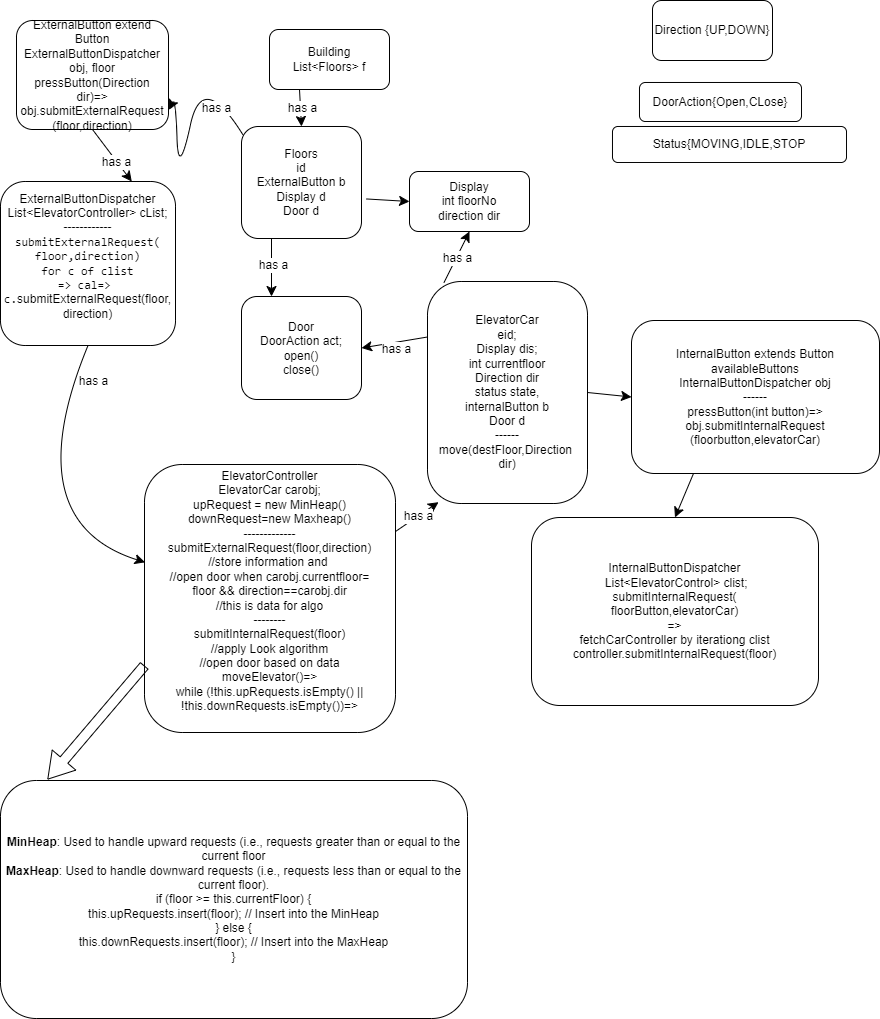
Before: DesignElevator.drawio.png, a diagram exported from draw.io (priya226/0-100dev). Source tidied: cells renumbered, new cells last; positions are measured from the earlier drawing's top-left corner, leaving out a move shared by most shapes.
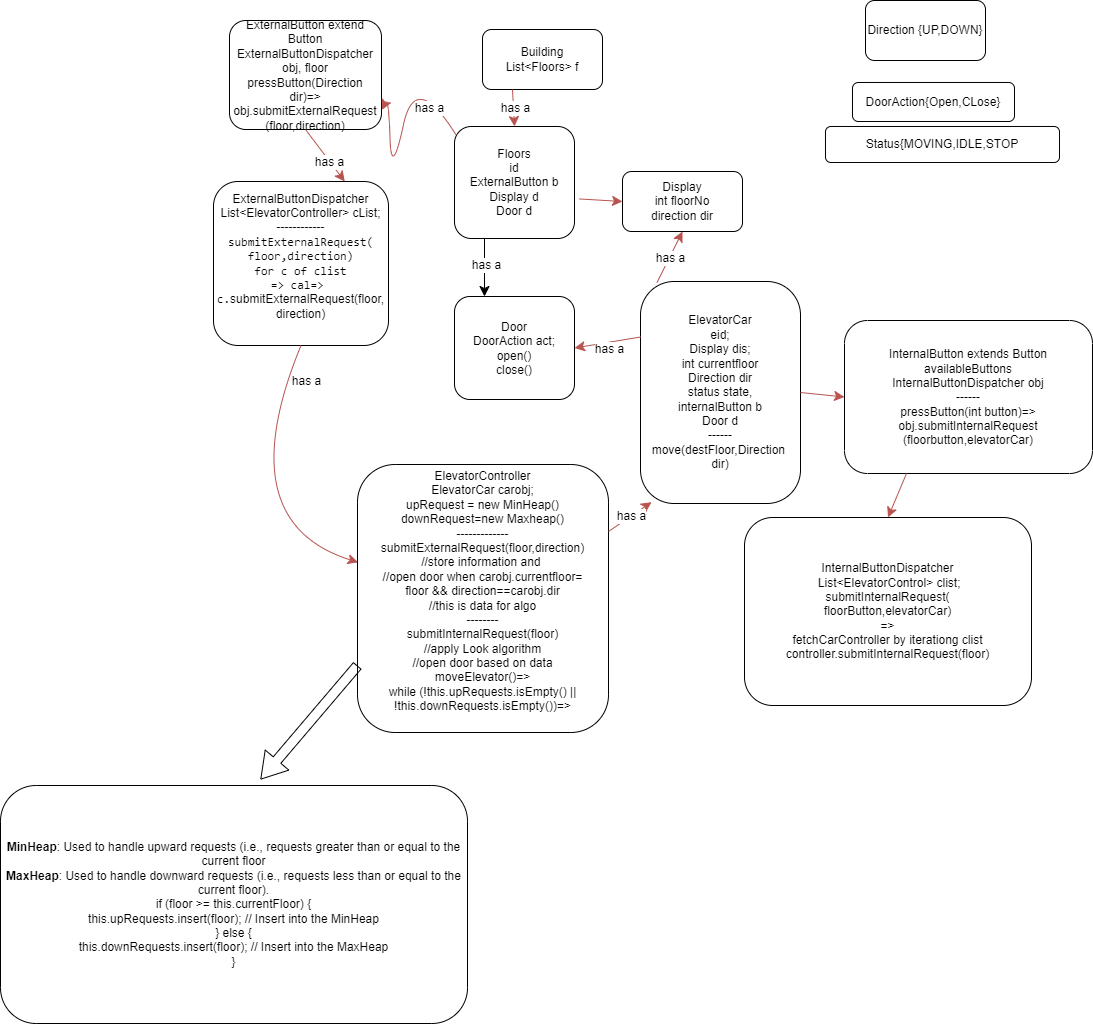
Later version of the same file.

What changed in the source:
```diff
@@ -26,7 +26,7 @@
     <mxCell id="9" value="ElevatorController&lt;div&gt;ElevatorCar carobj;&lt;/div&gt;&lt;div&gt;upRequest = new MinHeap()&lt;/div&gt;&lt;div&gt;downRequest=new Maxheap()&lt;/div&gt;&lt;div&gt;-------------&lt;/div&gt;&lt;div&gt;submitExternalRequest(floor,direction)&lt;br&gt;&lt;/div&gt;&lt;div&gt;//store information and&amp;nbsp;&lt;/div&gt;&lt;div&gt;//open door when carobj.currentfloor=&lt;/div&gt;&lt;div&gt;floor &amp;amp;&amp;amp; direction==carobj.dir&lt;/div&gt;&lt;div&gt;//this is data for algo&lt;/div&gt;&lt;div&gt;--------&lt;/div&gt;&lt;div&gt;submitInternalRequest(floor)&lt;br&gt;&lt;/div&gt;&lt;div&gt;//apply Look algorithm&lt;/div&gt;&lt;div&gt;//open door based on data&lt;/div&gt;&lt;div&gt;&lt;span class=&quot;hljs-title function_&quot;&gt;moveElevator&lt;/span&gt;(&lt;span class=&quot;hljs-params&quot;&gt;&lt;/span&gt;)=&amp;gt;&lt;/div&gt;&lt;div&gt;&lt;span style=&quot;background-color: initial;&quot; class=&quot;hljs-keyword&quot;&gt;while&lt;/span&gt;&lt;span style=&quot;background-color: initial;&quot;&gt; (!&lt;/span&gt;&lt;span style=&quot;background-color: initial;&quot; class=&quot;hljs-variable language_&quot;&gt;this&lt;/span&gt;&lt;span style=&quot;background-color: initial;&quot;&gt;.&lt;/span&gt;&lt;span style=&quot;background-color: initial;&quot; class=&quot;hljs-property&quot;&gt;upRequests&lt;/span&gt;&lt;span style=&quot;background-color: initial;&quot;&gt;.&lt;/span&gt;&lt;span style=&quot;background-color: initial;&quot; class=&quot;hljs-title function_&quot;&gt;isEmpty&lt;/span&gt;&lt;span style=&quot;background-color: initial;&quot;&gt;() || !&lt;/span&gt;&lt;span style=&quot;background-color: initial;&quot; class=&quot;hljs-variable language_&quot;&gt;this&lt;/span&gt;&lt;span style=&quot;background-color: initial;&quot;&gt;.&lt;/span&gt;&lt;span style=&quot;background-color: initial;&quot; class=&quot;hljs-property&quot;&gt;downRequests&lt;/span&gt;&lt;span style=&quot;background-color: initial;&quot;&gt;.&lt;/span&gt;&lt;span style=&quot;background-color: initial;&quot; class=&quot;hljs-title function_&quot;&gt;isEmpty&lt;/span&gt;&lt;span style=&quot;background-color: initial;&quot;&gt;())=&amp;gt;&lt;/span&gt;&lt;/div&gt;&lt;div&gt;&lt;br&gt;&lt;/div&gt;" style="rounded=1;whiteSpace=wrap;html=1;" parent="1" vertex="1">
       <mxGeometry x="144" y="464" width="251" height="268" as="geometry" />
     </mxCell>
-    <mxCell id="10" style="endArrow=classic;html=1;rounded=0;fontSize=12;startSize=8;endSize=8;curved=1;entryX=0.069;entryY=0.994;entryDx=0;entryDy=0;entryPerimeter=0;exitX=1;exitY=0.25;exitDx=0;exitDy=0;" parent="1" edge="1" source="9" target="7">
+    <mxCell id="10" style="endArrow=classic;html=1;rounded=0;fontSize=12;startSize=8;endSize=8;curved=1;entryX=0.069;entryY=0.994;entryDx=0;entryDy=0;entryPerimeter=0;exitX=1;exitY=0.25;exitDx=0;exitDy=0;fillColor=#f8cecc;strokeColor=#b85450;" parent="1" edge="1" source="9" target="7">
       <mxGeometry relative="1" as="geometry" />
     </mxCell>
     <mxCell id="11" value="has a" style="edgeLabel;html=1;align=center;verticalAlign=middle;fontSize=12;" parent="10" vertex="1">
@@ -37,10 +37,10 @@
     <mxCell id="12" value="InternalButtonDispatcher&lt;div&gt;&amp;nbsp;List&amp;lt;ElevatorControl&amp;gt; clist;&lt;/div&gt;&lt;div&gt;submitInternalRequest(&lt;/div&gt;&lt;div&gt;floorButton,elevatorCar)&lt;/div&gt;&lt;div&gt;=&amp;gt;&lt;/div&gt;&lt;div&gt;fetchCarController by iterationg clist&lt;/div&gt;&lt;div&gt;controller.submitInternalRequest(floor)&lt;/div&gt;" style="rounded=1;whiteSpace=wrap;html=1;" parent="1" vertex="1">
       <mxGeometry x="531" y="517" width="287" height="188" as="geometry" />
     </mxCell>
-    <mxCell id="13" style="endArrow=classic;html=1;rounded=0;fontSize=12;startSize=8;endSize=8;curved=1;exitX=1.042;exitY=0.647;exitDx=0;exitDy=0;exitPerimeter=0;entryX=0;entryY=0.5;entryDx=0;entryDy=0;" parent="1" edge="1" source="3" target="6">
+    <mxCell id="13" style="endArrow=classic;html=1;rounded=0;fontSize=12;startSize=8;endSize=8;curved=1;exitX=1.042;exitY=0.647;exitDx=0;exitDy=0;exitPerimeter=0;entryX=0;entryY=0.5;entryDx=0;entryDy=0;fillColor=#f8cecc;strokeColor=#b85450;" parent="1" edge="1" source="3" target="6">
       <mxGeometry relative="1" as="geometry" />
     </mxCell>
-    <mxCell id="14" style="endArrow=classic;html=1;rounded=0;fontSize=12;startSize=8;endSize=8;curved=1;entryX=1.003;entryY=0.821;entryDx=0;entryDy=0;exitX=0.013;exitY=0.076;exitDx=0;exitDy=0;exitPerimeter=0;entryPerimeter=0;" parent="1" edge="1" source="3" target="4">
+    <mxCell id="14" style="endArrow=classic;html=1;rounded=0;fontSize=12;startSize=8;endSize=8;curved=1;entryX=1.003;entryY=0.821;entryDx=0;entryDy=0;exitX=0.013;exitY=0.076;exitDx=0;exitDy=0;exitPerimeter=0;entryPerimeter=0;fillColor=#f8cecc;strokeColor=#b85450;" parent="1" edge="1" source="3" target="4">
       <mxGeometry relative="1" as="geometry">
         <Array as="points">
           <mxPoint x="202" y="69" />
@@ -55,13 +55,13 @@
     <mxCell id="16" value="Direction {UP,DOWN}" style="rounded=1;whiteSpace=wrap;html=1;" parent="1" vertex="1">
       <mxGeometry x="652" width="120" height="60" as="geometry" />
     </mxCell>
-    <mxCell id="17" style="endArrow=classic;html=1;rounded=0;fontSize=12;startSize=8;endSize=8;curved=1;entryX=0.75;entryY=0;entryDx=0;entryDy=0;exitX=0.5;exitY=1;exitDx=0;exitDy=0;" parent="1" edge="1" source="4" target="5">
+    <mxCell id="17" style="endArrow=classic;html=1;rounded=0;fontSize=12;startSize=8;endSize=8;curved=1;entryX=0.75;entryY=0;entryDx=0;entryDy=0;exitX=0.5;exitY=1;exitDx=0;exitDy=0;fillColor=#f8cecc;strokeColor=#b85450;" parent="1" edge="1" source="4" target="5">
       <mxGeometry relative="1" as="geometry" />
     </mxCell>
     <mxCell id="18" value="has a" style="edgeLabel;html=1;align=center;verticalAlign=middle;fontSize=12;" parent="17" vertex="1">
       <mxGeometry x="0.25" y="-1" relative="1" as="geometry" />
     </mxCell>
-    <mxCell id="19" style="endArrow=classic;html=1;rounded=0;fontSize=12;startSize=8;endSize=8;curved=1;exitX=0.5;exitY=1;exitDx=0;exitDy=0;entryX=0.002;entryY=0.365;entryDx=0;entryDy=0;entryPerimeter=0;" parent="1" edge="1" source="5" target="9">
+    <mxCell id="19" style="endArrow=classic;html=1;rounded=0;fontSize=12;startSize=8;endSize=8;curved=1;exitX=0.5;exitY=1;exitDx=0;exitDy=0;entryX=0.002;entryY=0.365;entryDx=0;entryDy=0;entryPerimeter=0;fillColor=#f8cecc;strokeColor=#b85450;" parent="1" edge="1" source="5" target="9">
       <mxGeometry relative="1" as="geometry">
         <Array as="points">
           <mxPoint x="15" y="521" />
@@ -71,7 +71,7 @@
     <mxCell id="20" value="has a" style="edgeLabel;html=1;align=center;verticalAlign=middle;fontSize=12;" parent="19" vertex="1">
       <mxGeometry x="-0.82" y="18" relative="1" as="geometry" />
     </mxCell>
-    <mxCell id="21" style="endArrow=classic;html=1;rounded=0;fontSize=12;startSize=8;endSize=8;curved=1;exitX=0.25;exitY=1;exitDx=0;exitDy=0;entryX=0.5;entryY=0;entryDx=0;entryDy=0;" parent="1" edge="1" source="2" target="3">
+    <mxCell id="21" style="endArrow=classic;html=1;rounded=0;fontSize=12;startSize=8;endSize=8;curved=1;exitX=0.25;exitY=1;exitDx=0;exitDy=0;entryX=0.5;entryY=0;entryDx=0;entryDy=0;fillColor=#f8cecc;strokeColor=#b85450;" parent="1" edge="1" source="2" target="3">
       <mxGeometry relative="1" as="geometry" />
     </mxCell>
     <mxCell id="22" value="has a" style="edgeLabel;html=1;align=center;verticalAlign=middle;fontSize=12;" parent="21" vertex="1">
@@ -89,7 +89,7 @@
     <mxCell id="26" value="has a" style="edgeLabel;html=1;align=center;verticalAlign=middle;fontSize=12;" parent="25" vertex="1">
       <mxGeometry x="-0.08" y="1" relative="1" as="geometry" />
     </mxCell>
-    <mxCell id="27" style="endArrow=classic;html=1;rounded=0;fontSize=12;startSize=8;endSize=8;curved=1;exitX=0;exitY=0.25;exitDx=0;exitDy=0;entryX=1;entryY=0.5;entryDx=0;entryDy=0;" parent="1" edge="1" source="7" target="23">
+    <mxCell id="27" style="endArrow=classic;html=1;rounded=0;fontSize=12;startSize=8;endSize=8;curved=1;exitX=0;exitY=0.25;exitDx=0;exitDy=0;entryX=1;entryY=0.5;entryDx=0;entryDy=0;fillColor=#f8cecc;strokeColor=#b85450;" parent="1" edge="1" source="7" target="23">
       <mxGeometry relative="1" as="geometry" />
     </mxCell>
     <mxCell id="28" value="has a" style="edgeLabel;html=1;align=center;verticalAlign=middle;fontSize=12;" parent="27" vertex="1">
@@ -98,20 +98,20 @@
     <mxCell id="29" value="Status{MOVING,IDLE,STOP" style="rounded=1;whiteSpace=wrap;html=1;" parent="1" vertex="1">
       <mxGeometry x="612" y="126" width="234" height="36" as="geometry" />
     </mxCell>
-    <mxCell id="30" style="endArrow=classic;html=1;rounded=0;fontSize=12;startSize=8;endSize=8;curved=1;entryX=0.5;entryY=0;entryDx=0;entryDy=0;exitX=0.25;exitY=1;exitDx=0;exitDy=0;" parent="1" edge="1" source="8" target="12">
+    <mxCell id="30" style="endArrow=classic;html=1;rounded=0;fontSize=12;startSize=8;endSize=8;curved=1;entryX=0.5;entryY=0;entryDx=0;entryDy=0;exitX=0.25;exitY=1;exitDx=0;exitDy=0;fillColor=#f8cecc;strokeColor=#b85450;" parent="1" edge="1" source="8" target="12">
       <mxGeometry relative="1" as="geometry" />
     </mxCell>
-    <mxCell id="31" style="endArrow=classic;html=1;rounded=0;fontSize=12;startSize=8;endSize=8;curved=1;exitX=0.103;exitY=0.005;exitDx=0;exitDy=0;exitPerimeter=0;entryX=0.5;entryY=1;entryDx=0;entryDy=0;" parent="1" edge="1" source="7" target="6">
+    <mxCell id="31" style="endArrow=classic;html=1;rounded=0;fontSize=12;startSize=8;endSize=8;curved=1;exitX=0.103;exitY=0.005;exitDx=0;exitDy=0;exitPerimeter=0;entryX=0.5;entryY=1;entryDx=0;entryDy=0;fillColor=#f8cecc;strokeColor=#b85450;" parent="1" edge="1" source="7" target="6">
       <mxGeometry relative="1" as="geometry" />
     </mxCell>
     <mxCell id="32" value="has a" style="edgeLabel;html=1;align=center;verticalAlign=middle;fontSize=12;" parent="31" vertex="1">
       <mxGeometry x="-0.03" relative="1" as="geometry" />
     </mxCell>
-    <mxCell id="33" style="endArrow=classic;html=1;rounded=0;fontSize=12;startSize=8;endSize=8;curved=1;exitX=1;exitY=0.5;exitDx=0;exitDy=0;entryX=0;entryY=0.5;entryDx=0;entryDy=0;" parent="1" edge="1" source="7" target="8">
+    <mxCell id="33" style="endArrow=classic;html=1;rounded=0;fontSize=12;startSize=8;endSize=8;curved=1;exitX=1;exitY=0.5;exitDx=0;exitDy=0;entryX=0;entryY=0.5;entryDx=0;entryDy=0;fillColor=#f8cecc;strokeColor=#b85450;" parent="1" edge="1" source="7" target="8">
       <mxGeometry relative="1" as="geometry" />
     </mxCell>
     <mxCell id="34" value="&lt;strong&gt;MinHeap&lt;/strong&gt;: Used to handle upward requests (i.e., requests greater than or equal to the current floor&lt;div&gt;&lt;strong&gt;MaxHeap&lt;/strong&gt;: Used to handle downward requests (i.e., requests less than or equal to the current floor).&lt;br&gt;&lt;/div&gt;&lt;div&gt;&lt;span class=&quot;hljs-keyword&quot;&gt;if&lt;/span&gt; (floor &amp;gt;= &lt;span class=&quot;hljs-variable language_&quot;&gt;this&lt;/span&gt;.&lt;span class=&quot;hljs-property&quot;&gt;currentFloor&lt;/span&gt;) {&lt;br&gt;            &lt;span class=&quot;hljs-variable language_&quot;&gt;this&lt;/span&gt;.&lt;span class=&quot;hljs-property&quot;&gt;upRequests&lt;/span&gt;.&lt;span class=&quot;hljs-title function_&quot;&gt;insert&lt;/span&gt;(floor);  &lt;span class=&quot;hljs-comment&quot;&gt;// Insert into the MinHeap&lt;/span&gt;&lt;br&gt;        } &lt;span class=&quot;hljs-keyword&quot;&gt;else&lt;/span&gt; {&lt;br&gt;            &lt;span class=&quot;hljs-variable language_&quot;&gt;this&lt;/span&gt;.&lt;span class=&quot;hljs-property&quot;&gt;downRequests&lt;/span&gt;.&lt;span class=&quot;hljs-title function_&quot;&gt;insert&lt;/span&gt;(floor);  &lt;span class=&quot;hljs-comment&quot;&gt;// Insert into the MaxHeap&lt;/span&gt;&lt;/div&gt;&lt;div&gt;        }&lt;br&gt;&lt;/div&gt;" style="rounded=1;whiteSpace=wrap;html=1;" parent="1" vertex="1">
-      <mxGeometry y="780" width="467" height="238" as="geometry" />
+      <mxGeometry x="-213" y="785" width="467" height="238" as="geometry" />
     </mxCell>
     <mxCell id="35" style="shape=flexArrow;endArrow=classic;html=1;rounded=0;fontSize=12;startSize=8;endSize=8;curved=1;exitX=0;exitY=0.75;exitDx=0;exitDy=0;" parent="1" edge="1" source="9">
       <mxGeometry relative="1" as="geometry">
```
